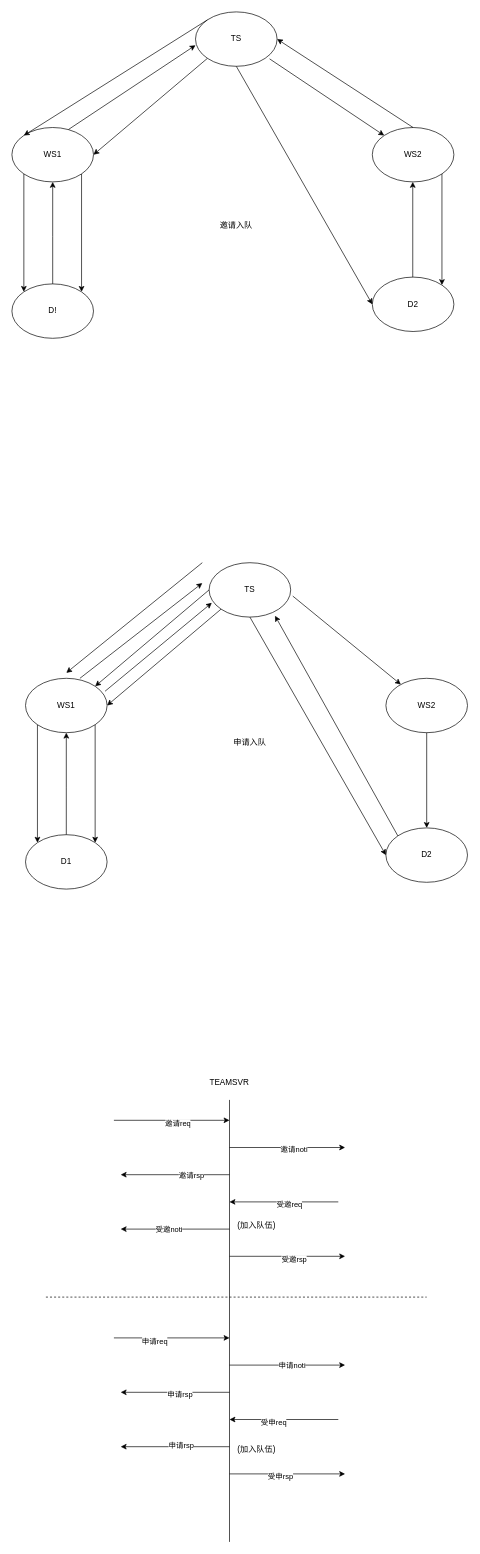
The draw.io diagram 协议流程.drawio in junpfeng/UE, before the edit. Source tidied: cells renumbered, new cells numbered last; positions are measured from the earlier drawing's top-left corner, leaving out a move shared by most shapes. Both pictures are drawn from the tidied source at 68%, with x=0, y=0 at pixel (12, 12).
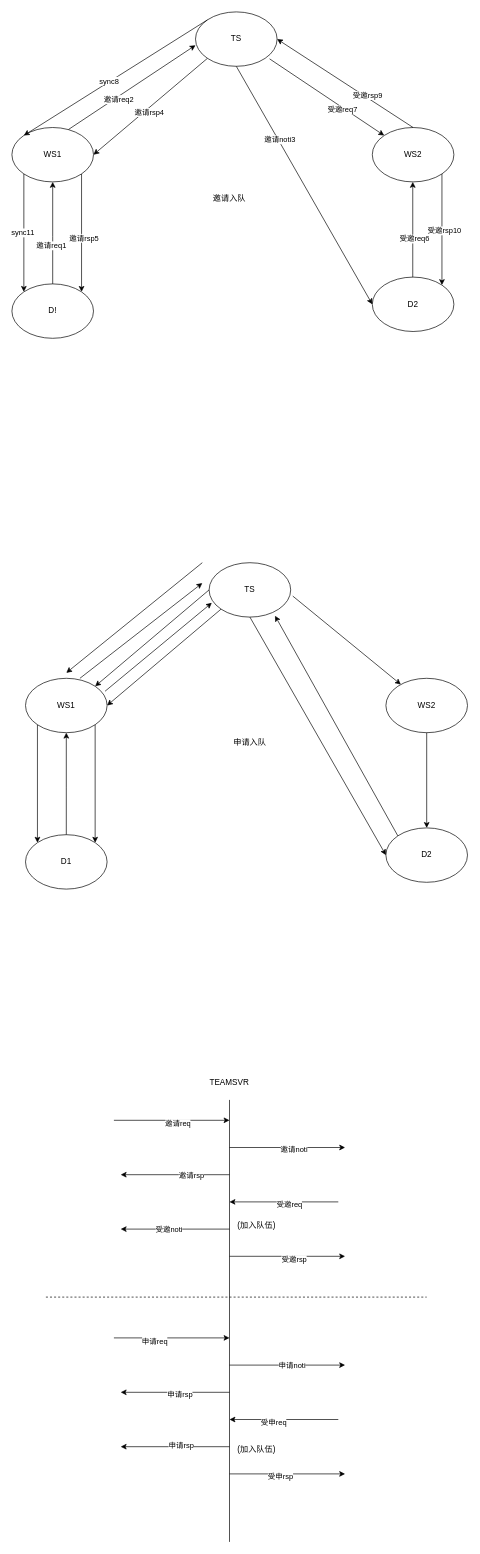
The same page after the edit.

Commit message (it also covers changes not shown here):
更新协议流程.drawio

Unchanged cells that the change refers to:
```xml
<mxCell id="7" style="endArrow=classic;html=1;rounded=0;entryX=0.5;entryY=1;entryDx=0;entryDy=0;exitX=0.5;exitY=0;exitDx=0;exitDy=0;" parent="1" edge="1" source="5" target="3">
  <mxGeometry relative="1" as="geometry">
    <Array as="points">
      <mxPoint x="60" y="330" />
    </Array>
  </mxGeometry>
</mxCell>
<mxCell id="8" style="endArrow=classic;html=1;rounded=0;entryX=0.5;entryY=1;entryDx=0;entryDy=0;exitX=0.5;exitY=0;exitDx=0;exitDy=0;" parent="1" edge="1">
  <mxGeometry relative="1" as="geometry">
    <mxPoint x="589.5" y="390" as="sourcePoint" />
    <mxPoint x="589.5" y="250" as="targetPoint" />
  </mxGeometry>
</mxCell>
<mxCell id="9" style="endArrow=classic;html=1;rounded=0;entryX=0;entryY=0.613;entryDx=0;entryDy=0;exitX=0.692;exitY=0.038;exitDx=0;exitDy=0;exitPerimeter=0;entryPerimeter=0;" parent="1" edge="1" source="3" target="2">
  <mxGeometry relative="1" as="geometry" />
</mxCell>
<mxCell id="10" style="endArrow=classic;html=1;rounded=0;entryX=1;entryY=0.5;entryDx=0;entryDy=0;exitX=0.5;exitY=0;exitDx=0;exitDy=0;" parent="1" edge="1" source="4" target="2">
  <mxGeometry relative="1" as="geometry" />
</mxCell>
<mxCell id="11" style="endArrow=classic;html=1;rounded=0;entryX=1;entryY=0.5;entryDx=0;entryDy=0;exitX=0;exitY=1;exitDx=0;exitDy=0;" parent="1" edge="1" source="2" target="3">
  <mxGeometry relative="1" as="geometry" />
</mxCell>
<mxCell id="12" style="endArrow=classic;html=1;rounded=0;exitX=0.908;exitY=0.863;exitDx=0;exitDy=0;exitPerimeter=0;" parent="1" edge="1" source="2" target="4">
  <mxGeometry relative="1" as="geometry" />
</mxCell>
<mxCell id="13" style="endArrow=classic;html=1;rounded=0;exitX=0.5;exitY=1;exitDx=0;exitDy=0;entryX=0;entryY=0.5;entryDx=0;entryDy=0;" parent="1" edge="1" source="2" target="6">
  <mxGeometry relative="1" as="geometry" />
</mxCell>
<mxCell id="14" style="endArrow=classic;html=1;rounded=0;entryX=1;entryY=0;entryDx=0;entryDy=0;exitX=1;exitY=1;exitDx=0;exitDy=0;" parent="1" edge="1" source="4" target="6">
  <mxGeometry relative="1" as="geometry" />
</mxCell>
<mxCell id="15" style="endArrow=classic;html=1;rounded=0;entryX=0;entryY=0;entryDx=0;entryDy=0;exitX=0;exitY=1;exitDx=0;exitDy=0;" parent="1" edge="1" source="3" target="5">
  <mxGeometry relative="1" as="geometry" />
</mxCell>
<mxCell id="16" style="endArrow=classic;html=1;rounded=0;entryX=1;entryY=0;entryDx=0;entryDy=0;exitX=1;exitY=1;exitDx=0;exitDy=0;" parent="1" edge="1" source="3" target="5">
  <mxGeometry relative="1" as="geometry" />
</mxCell>
<mxCell id="17" style="endArrow=classic;html=1;rounded=0;entryX=0;entryY=0;entryDx=0;entryDy=0;exitX=0;exitY=0;exitDx=0;exitDy=0;" parent="1" edge="1" source="2" target="3">
  <mxGeometry relative="1" as="geometry" />
</mxCell>
```

Diff of the diagram source:
```diff
@@
+    <mxCell id="66" value="邀请req1" style="edgeLabel;html=1;align=center;verticalAlign=middle;" parent="7" vertex="1">
+      <mxGeometry x="-0.24" y="3" relative="1" as="geometry" />
+    </mxCell>
@@
+    <mxCell id="67" value="受邀req6" style="edgeLabel;html=1;align=center;verticalAlign=middle;" parent="8" vertex="1">
+      <mxGeometry x="-0.19" y="-1" relative="1" as="geometry">
+        <mxPoint x="1" as="offset" />
+      </mxGeometry>
+    </mxCell>
@@
+    <mxCell id="68" value="邀请req2" style="edgeLabel;html=1;align=center;verticalAlign=middle;" parent="9" vertex="1">
+      <mxGeometry x="-0.23" y="-4" relative="1" as="geometry" />
+    </mxCell>
@@
+    <mxCell id="69" value="受邀rsp9" style="edgeLabel;html=1;align=center;verticalAlign=middle;" parent="10" vertex="1">
+      <mxGeometry x="-0.3" y="-3" relative="1" as="geometry" />
+    </mxCell>
@@
+    <mxCell id="70" value="邀请rsp4" style="edgeLabel;html=1;align=center;verticalAlign=middle;" parent="11" vertex="1">
+      <mxGeometry x="0.07" y="5" relative="1" as="geometry" />
+    </mxCell>
@@
+    <mxCell id="71" value="受邀req7" style="edgeLabel;html=1;align=center;verticalAlign=middle;" parent="12" vertex="1">
+      <mxGeometry x="0.28" y="-3" relative="1" as="geometry" />
+    </mxCell>
@@
+    <mxCell id="72" value="邀请noti3" style="edgeLabel;html=1;align=center;verticalAlign=middle;" parent="13" vertex="1">
+      <mxGeometry x="-0.38" y="2" relative="1" as="geometry" />
+    </mxCell>
@@
+    <mxCell id="73" value="受邀rsp10" style="edgeLabel;html=1;align=center;verticalAlign=middle;" parent="14" vertex="1">
+      <mxGeometry x="0.02" y="3" relative="1" as="geometry" />
+    </mxCell>
@@
+    <mxCell id="74" value="sync11" style="edgeLabel;html=1;align=center;verticalAlign=middle;" parent="15" vertex="1">
+      <mxGeometry x="-0.01" y="-2" relative="1" as="geometry" />
+    </mxCell>
@@
+    <mxCell id="75" value="邀请rsp5" style="edgeLabel;html=1;align=center;verticalAlign=middle;" parent="16" vertex="1">
+      <mxGeometry x="0.08" y="3" relative="1" as="geometry" />
+    </mxCell>
@@
+    <mxCell id="76" value="sync8" style="edgeLabel;html=1;align=center;verticalAlign=middle;" parent="17" vertex="1">
+      <mxGeometry x="0.07" y="-1" relative="1" as="geometry" />
+    </mxCell>
@@
     <mxCell id="35" value="邀请入队" style="text;html=1;strokeColor=none;fillColor=none;align=center;verticalAlign=middle;whiteSpace=wrap;rounded=0;" parent="1" vertex="1">
-      <mxGeometry x="300" y="300" width="60" height="30" as="geometry" />
+      <mxGeometry x="290" y="260" width="60" height="30" as="geometry" />
     </mxCell>
```
